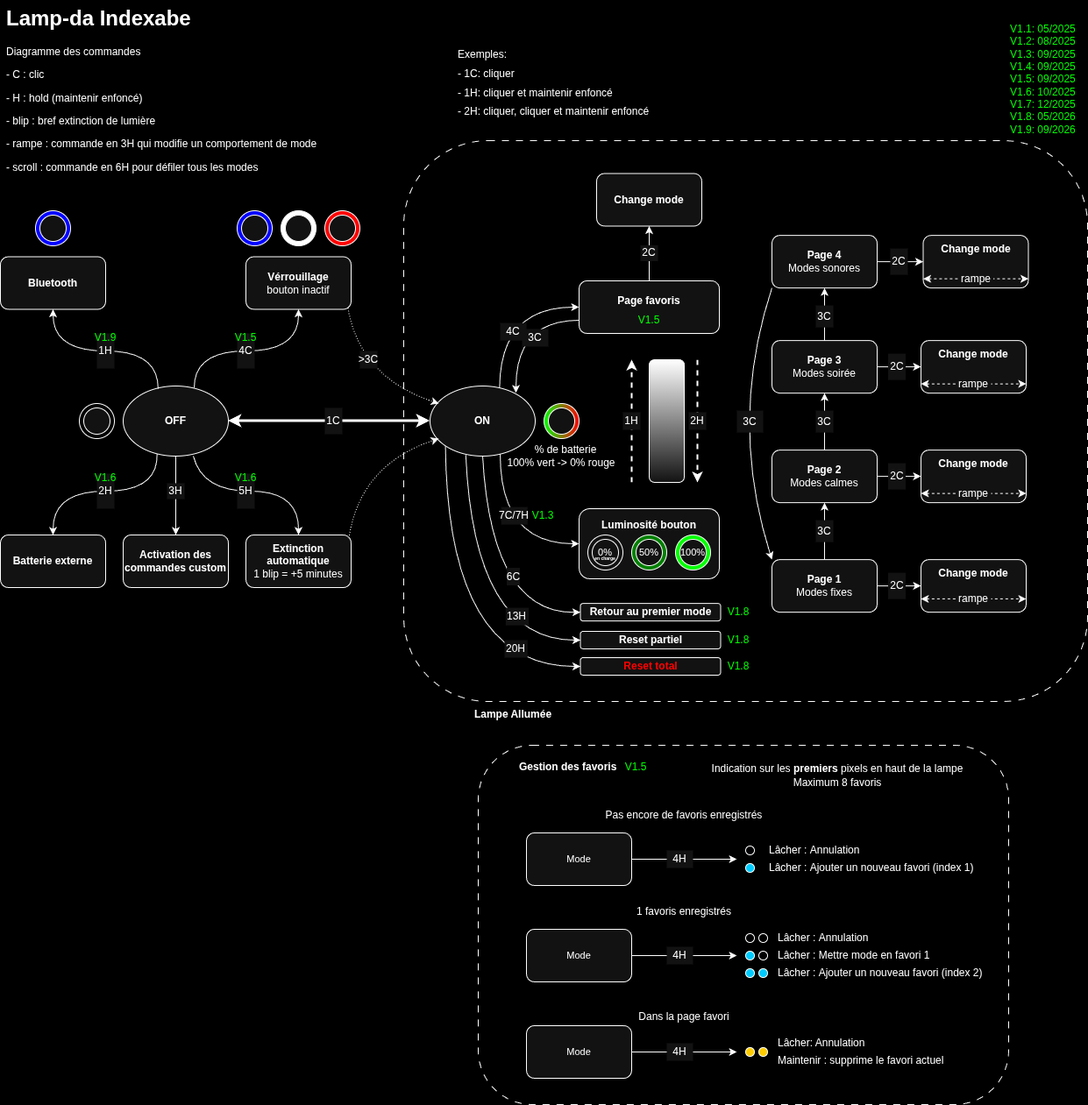
Earlier version of the draw.io export Medias/Diagramme_commandes-Indexable.png (BaptisteHudyma/Lamp-Da). Source tidied: cells renumbered, new cells last; positions are measured from the earlier drawing's top-left corner, leaving out a move shared by most shapes.
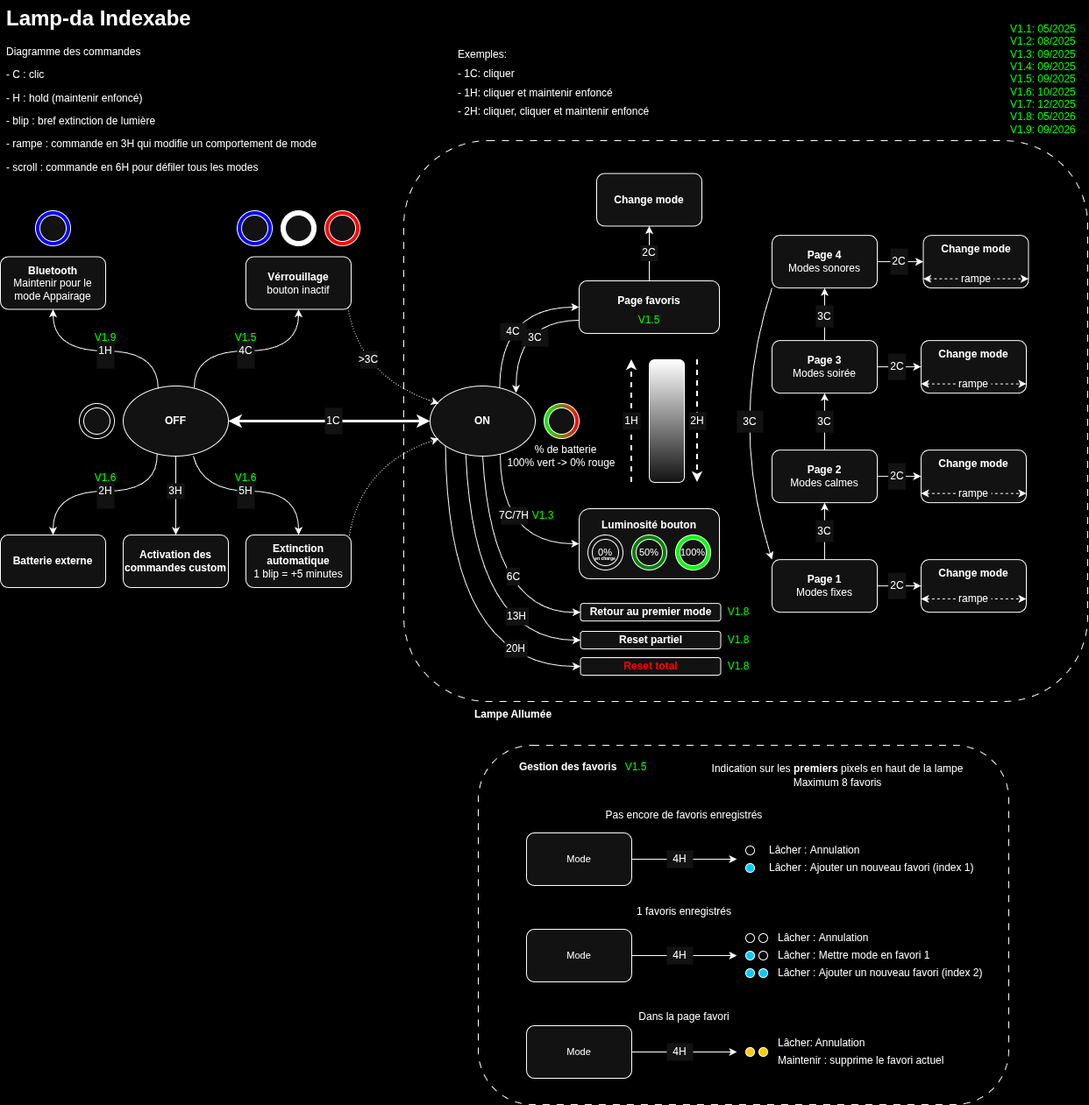
The same diagram one commit later.

Commit message:
Update BLE activation documentation

Change to the diagram source:
```diff
@@ -252,7 +252,7 @@
         </Array>
       </mxGeometry>
     </mxCell>
-    <mxCell id="70" value="&lt;b&gt;Bluetooth&lt;/b&gt;" style="rounded=1;whiteSpace=wrap;html=1;" parent="1" vertex="1">
+    <mxCell id="70" value="&lt;b&gt;Bluetooth&lt;/b&gt;&lt;div&gt;Maintenir pour le mode Appairage&lt;b&gt;&lt;/b&gt;&lt;/div&gt;" style="rounded=1;whiteSpace=wrap;html=1;" parent="1" vertex="1">
       <mxGeometry y="292.5" width="120" height="60" as="geometry" />
     </mxCell>
     <mxCell id="71" style="curved=1;endArrow=classic;html=1;rounded=0;exitX=0.332;exitY=0.039;exitDx=0;exitDy=0;exitPerimeter=0;entryX=0.5;entryY=1;entryDx=0;entryDy=0;" parent="1" edge="1" source="7" target="70">
```
